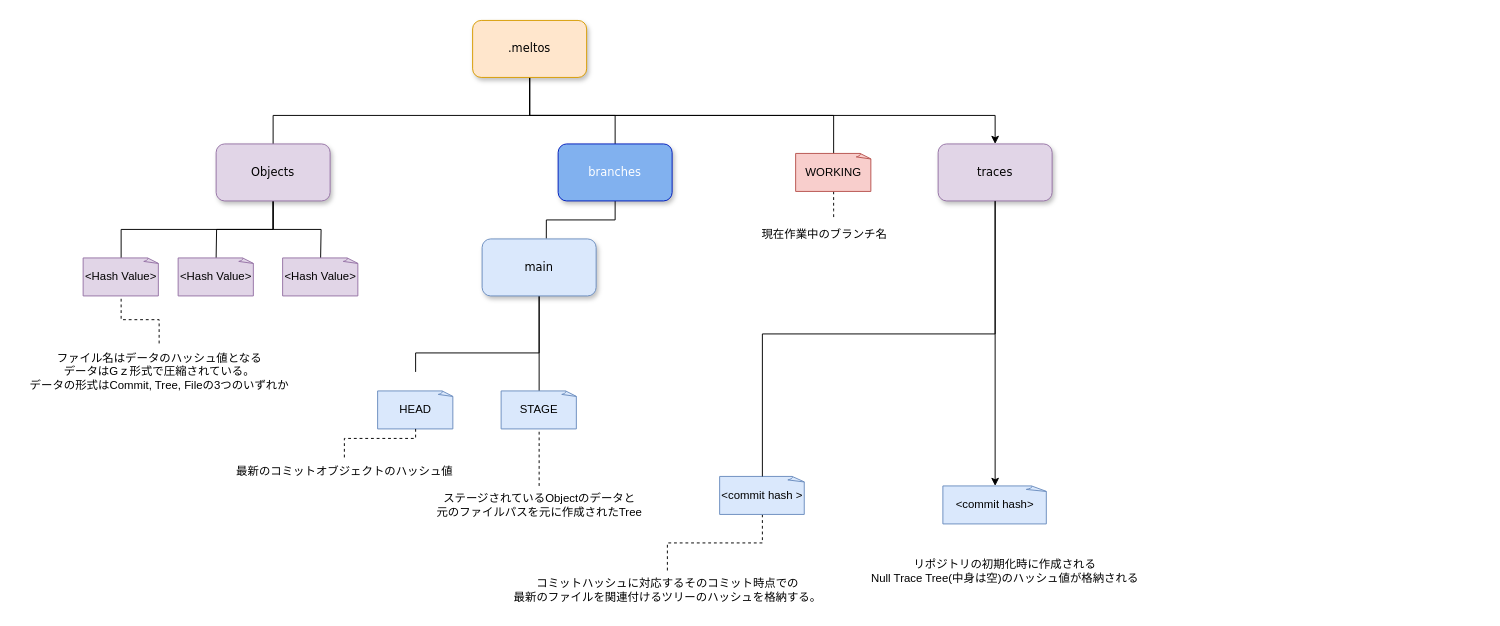
Above: docs/tvn_file_system.drawio in not-elm/meltos (draw.io), before the change. Source tidied: cells renumbered, new cells numbered last; positions are measured from the earlier drawing's top-left corner, leaving out a move shared by most shapes. Both pictures are drawn from the tidied source at 95%, with x=0, y=0 at pixel (16, 20).
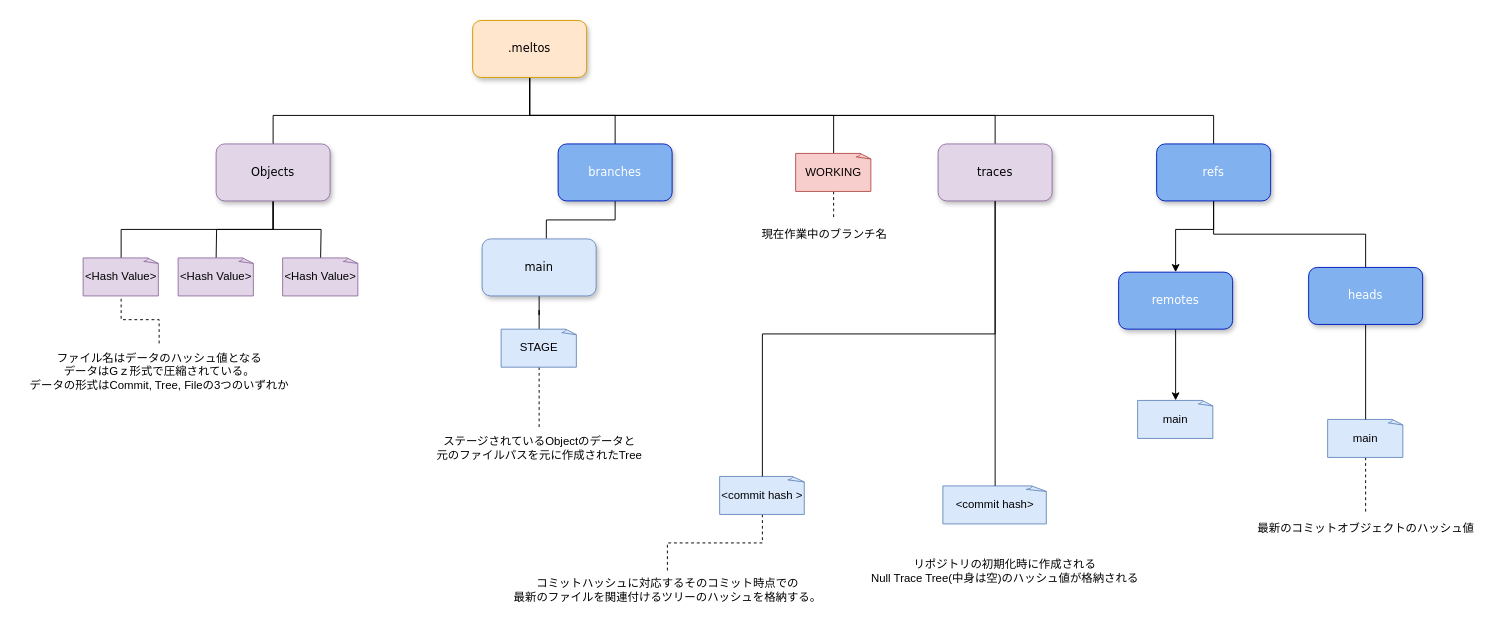
The same diagram, later.

Unchanged cells that the change refers to:
```xml
<mxCell id="6" value=".meltos" style="whiteSpace=wrap;html=1;rounded=1;shadow=1;labelBackgroundColor=none;strokeWidth=1;fontFamily=Verdana;fontSize=12;align=center;fillColor=#ffe6cc;strokeColor=#d79b00;" parent="1" vertex="1">
  <mxGeometry x="480" width="120" height="60" as="geometry" />
</mxCell>
<mxCell id="16" value="main" style="whiteSpace=wrap;html=1;rounded=1;shadow=1;labelBackgroundColor=none;strokeWidth=1;fontFamily=Verdana;fontSize=12;align=center;fillColor=#dae8fc;strokeColor=#6c8ebf;" parent="1" vertex="1">
  <mxGeometry x="490" y="230" width="120" height="60" as="geometry" />
</mxCell>
<mxCell id="33" value="traces" style="whiteSpace=wrap;html=1;rounded=1;shadow=1;labelBackgroundColor=none;strokeWidth=1;fontFamily=Verdana;fontSize=12;align=center;fillColor=#e1d5e7;strokeColor=#9673a6;" parent="1" vertex="1">
  <mxGeometry x="970" y="130" width="120" height="60" as="geometry" />
</mxCell>
<mxCell id="34" value="&amp;lt;commit hash&amp;gt;" style="whiteSpace=wrap;html=1;shape=mxgraph.basic.document;fillColor=#dae8fc;strokeColor=#6c8ebf;" parent="1" vertex="1">
  <mxGeometry x="975" y="490" width="110" height="40" as="geometry" />
</mxCell>
```

The edit, as a diff of the source:
```diff
@@
-    <mxCell id="5" style="edgeStyle=orthogonalEdgeStyle;rounded=0;jettySize=auto;html=1;" parent="1" edge="1" source="6" target="33">
+    <mxCell id="5" style="edgeStyle=orthogonalEdgeStyle;rounded=0;jettySize=auto;html=1;endArrow=none;endFill=0;" parent="1" edge="1" source="6" target="33">
       <mxGeometry relative="1" as="geometry">
         <Array as="points">
           <mxPoint x="540" y="100" />
           <mxPoint x="1030" y="100" />
         </Array>
       </mxGeometry>
     </mxCell>
+    <mxCell id="38" style="edgeStyle=orthogonalEdgeStyle;rounded=0;jettySize=auto;html=1;endArrow=none;endFill=0;" parent="1" edge="1" source="6" target="43">
+      <mxGeometry relative="1" as="geometry">
+        <Array as="points">
+          <mxPoint x="540" y="100" />
+          <mxPoint x="1260" y="100" />
+        </Array>
+      </mxGeometry>
+    </mxCell>
@@
+    <mxCell id="39" style="edgeStyle=orthogonalEdgeStyle;rounded=0;jettySize=auto;html=1;dashed=1;endArrow=none;endFill=0;" parent="1" edge="1" source="13" target="26">
+      <mxGeometry relative="1" as="geometry" />
+    </mxCell>
-    <mxCell id="13" value="HEAD" style="whiteSpace=wrap;html=1;shape=mxgraph.basic.document;fillColor=#dae8fc;strokeColor=#6c8ebf;" parent="1" vertex="1">
-      <mxGeometry x="380" y="390" width="80" height="40" as="geometry" />
+    <mxCell id="13" value="main" style="whiteSpace=wrap;html=1;shape=mxgraph.basic.document;fillColor=#dae8fc;strokeColor=#6c8ebf;" parent="1" vertex="1">
+      <mxGeometry x="1380" y="420" width="80" height="40" as="geometry" />
     </mxCell>
-    <mxCell id="14" style="edgeStyle=orthogonalEdgeStyle;rounded=0;orthogonalLoop=1;jettySize=auto;html=1;entryX=0.5;entryY=0;entryDx=0;entryDy=0;entryPerimeter=0;endArrow=none;endFill=0;" parent="1" edge="1">
-      <mxGeometry relative="1" as="geometry">
-        <mxPoint x="550" y="270" as="sourcePoint" />
-        <mxPoint x="420" y="370" as="targetPoint" />
-        <Array as="points">
-          <mxPoint x="550" y="350" />
-          <mxPoint x="420" y="350" />
-        </Array>
-      </mxGeometry>
-    </mxCell>
-    <mxCell id="15" style="edgeStyle=orthogonalEdgeStyle;rounded=0;jettySize=auto;html=1;endArrow=none;endFill=0;" parent="1" edge="1" source="16" target="20">
-      <mxGeometry relative="1" as="geometry">
-        <Array as="points">
-          <mxPoint x="550" y="410" />
-          <mxPoint x="550" y="410" />
-        </Array>
-      </mxGeometry>
+    <mxCell id="15" style="edgeStyle=orthogonalEdgeStyle;rounded=0;jettySize=auto;html=1;entryX=0.5;entryY=0;entryDx=0;entryDy=0;entryPerimeter=0;endArrow=none;endFill=0;" parent="1" edge="1" source="16" target="20">
+      <mxGeometry relative="1" as="geometry" />
     </mxCell>
@@
+    <mxCell id="40" style="edgeStyle=orthogonalEdgeStyle;rounded=0;jettySize=auto;html=1;dashed=1;endArrow=none;endFill=0;" parent="1" edge="1" source="20" target="28">
+      <mxGeometry relative="1" as="geometry">
+        <Array as="points">
+          <mxPoint x="550" y="400" />
+          <mxPoint x="550" y="400" />
+        </Array>
+      </mxGeometry>
+    </mxCell>
     <mxCell id="20" value="STAGE" style="whiteSpace=wrap;html=1;shape=mxgraph.basic.document;fillColor=#dae8fc;strokeColor=#6c8ebf;" parent="1" vertex="1">
-      <mxGeometry x="510" y="390" width="80" height="40" as="geometry" />
+      <mxGeometry x="510" y="325" width="80" height="40" as="geometry" />
     </mxCell>
@@
-    <mxCell id="25" style="edgeStyle=orthogonalEdgeStyle;rounded=0;jettySize=auto;html=1;entryX=0.5;entryY=1;entryDx=0;entryDy=0;entryPerimeter=0;endArrow=none;endFill=0;dashed=1;" parent="1" edge="1" source="26" target="13">
-      <mxGeometry relative="1" as="geometry" />
-    </mxCell>
-    <mxCell id="26" value="最新のコミットオブジェクトのハッシュ値" style="text;html=1;align=center;verticalAlign=middle;points=[];strokeColor=none;fillColor=none;" parent="1" vertex="1">
-      <mxGeometry x="220" y="460" width="250" height="30" as="geometry" />
+    <mxCell id="26" value="最新のコミットオブジェクトのハッシュ値" style="text;html=1;align=center;verticalAlign=middle;points=[];strokeColor=none;fillColor=none;dashed=1;" parent="1" vertex="1">
+      <mxGeometry x="1295" y="520" width="250" height="30" as="geometry" />
     </mxCell>
-    <mxCell id="27" style="edgeStyle=orthogonalEdgeStyle;rounded=0;jettySize=auto;html=1;entryX=0.5;entryY=1;entryDx=0;entryDy=0;entryPerimeter=0;endArrow=none;endFill=0;dashed=1;" parent="1" edge="1" source="28" target="20">
-      <mxGeometry relative="1" as="geometry" />
-    </mxCell>
     <mxCell id="28" value="ステージされているObjectのデータと&lt;br&gt;元のファイルパスを元に作成されたTree" style="text;html=1;align=center;verticalAlign=middle;points=[];strokeColor=none;fillColor=none;" parent="1" vertex="1">
-      <mxGeometry x="430" y="490" width="240" height="40" as="geometry" />
+      <mxGeometry x="430" y="430" width="240" height="40" as="geometry" />
     </mxCell>
@@
-    <mxCell id="37" style="edgeStyle=orthogonalEdgeStyle;rounded=0;jettySize=auto;html=1;entryX=0.5;entryY=0;entryDx=0;entryDy=0;entryPerimeter=0;" parent="1" edge="1" source="33" target="34">
+    <mxCell id="37" style="edgeStyle=orthogonalEdgeStyle;rounded=0;jettySize=auto;html=1;entryX=0.5;entryY=0;entryDx=0;entryDy=0;entryPerimeter=0;endArrow=none;endFill=0;" parent="1" edge="1" source="33" target="34">
       <mxGeometry relative="1" as="geometry" />
     </mxCell>
+    <mxCell id="41" style="edgeStyle=orthogonalEdgeStyle;rounded=0;jettySize=auto;html=1;exitX=0.5;exitY=1;exitDx=0;exitDy=0;endArrow=none;endFill=0;" parent="1" edge="1" source="43" target="45">
+      <mxGeometry relative="1" as="geometry" />
+    </mxCell>
+    <mxCell id="42" style="edgeStyle=orthogonalEdgeStyle;rounded=0;jettySize=auto;html=1;" parent="1" edge="1" source="43" target="47">
+      <mxGeometry relative="1" as="geometry">
+        <Array as="points">
+          <mxPoint x="1260" y="220" />
+          <mxPoint x="1220" y="220" />
+        </Array>
+      </mxGeometry>
+    </mxCell>
+    <mxCell id="43" value="refs" style="whiteSpace=wrap;html=1;rounded=1;shadow=1;labelBackgroundColor=none;strokeWidth=1;fontFamily=Verdana;fontSize=12;align=center;fillColor=#81B1EF;strokeColor=#001DBC;fontColor=#ffffff;" parent="1" vertex="1">
+      <mxGeometry x="1200" y="130" width="120" height="60" as="geometry" />
+    </mxCell>
+    <mxCell id="44" style="edgeStyle=orthogonalEdgeStyle;rounded=0;jettySize=auto;html=1;endArrow=none;endFill=0;" parent="1" edge="1" source="45" target="13">
+      <mxGeometry relative="1" as="geometry" />
+    </mxCell>
+    <mxCell id="45" value="heads" style="whiteSpace=wrap;html=1;rounded=1;shadow=1;labelBackgroundColor=none;strokeWidth=1;fontFamily=Verdana;fontSize=12;align=center;fillColor=#81B1EF;strokeColor=#001DBC;fontColor=#ffffff;" parent="1" vertex="1">
+      <mxGeometry x="1360" y="260" width="120" height="60" as="geometry" />
+    </mxCell>
+    <mxCell id="46" style="edgeStyle=orthogonalEdgeStyle;rounded=0;jettySize=auto;html=1;" parent="1" edge="1" source="47" target="48">
+      <mxGeometry relative="1" as="geometry" />
+    </mxCell>
+    <mxCell id="47" value="remotes" style="whiteSpace=wrap;html=1;rounded=1;shadow=1;labelBackgroundColor=none;strokeWidth=1;fontFamily=Verdana;fontSize=12;align=center;fillColor=#81B1EF;strokeColor=#001DBC;fontColor=#ffffff;" parent="1" vertex="1">
+      <mxGeometry x="1160" y="265" width="120" height="60" as="geometry" />
+    </mxCell>
+    <mxCell id="48" value="main" style="whiteSpace=wrap;html=1;shape=mxgraph.basic.document;fillColor=#dae8fc;strokeColor=#6c8ebf;" parent="1" vertex="1">
+      <mxGeometry x="1180" y="400" width="80" height="40" as="geometry" />
+    </mxCell>
```
